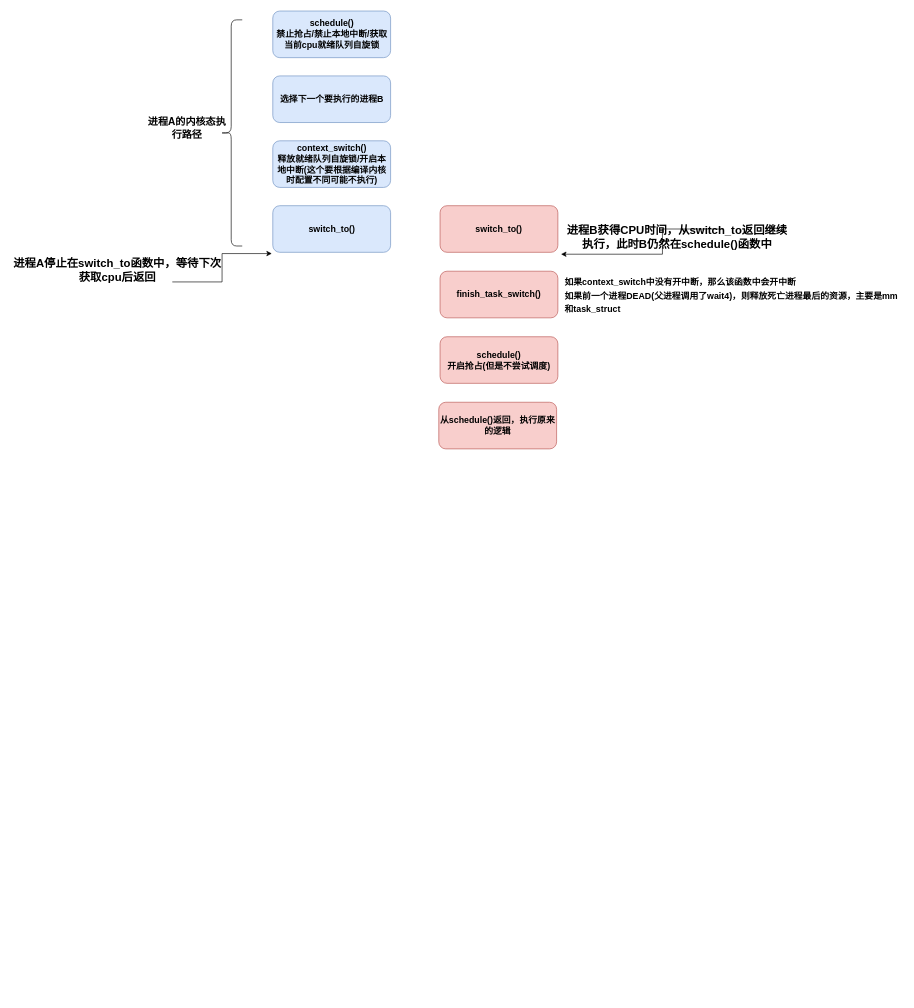
This is GolangBlog/Untitled Diagram.drawio from HoA-W/drawio, a draw.io file, before an edit. Source tidied: cells renumbered, new cells numbered last; positions are measured from the earlier drawing's top-left corner, leaving out a move shared by most shapes. Both pictures are drawn from the tidied source at 63%, with x=0, y=0 at pixel (11, 11).
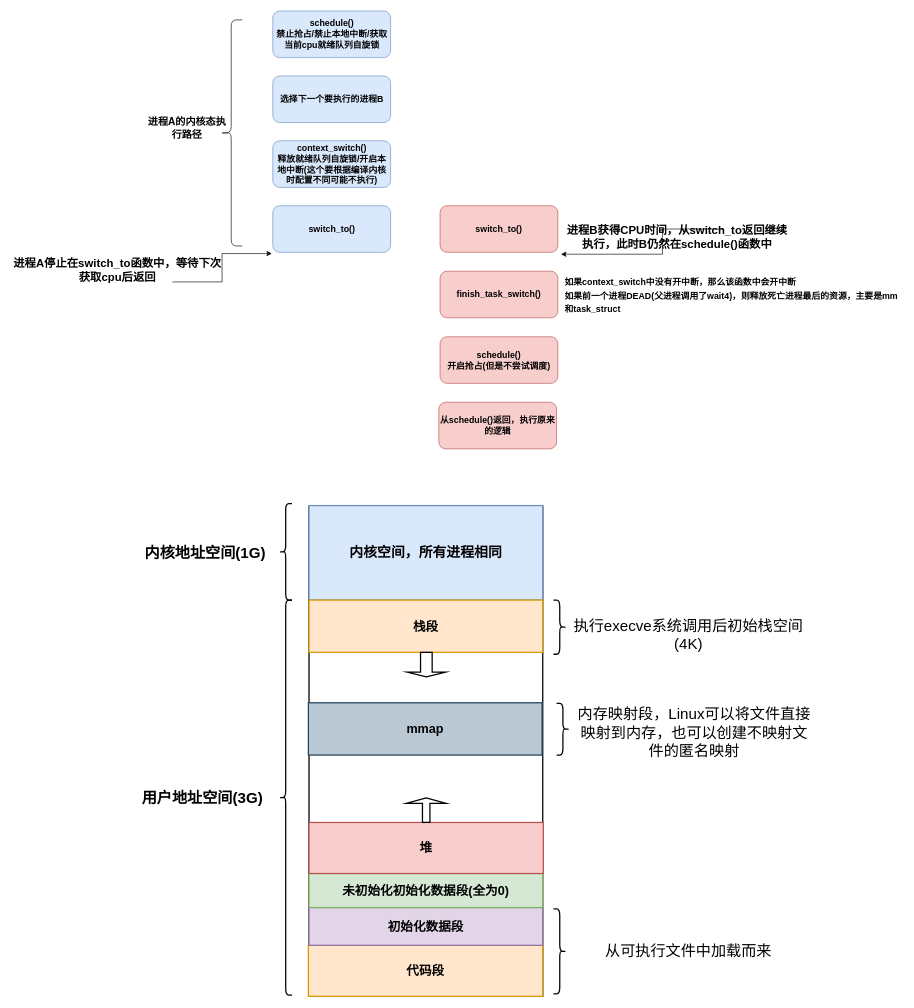
The same diagram, later.

Change to the diagram source:
```diff
@@
+    <mxCell id="17" style="rounded=0;whiteSpace=wrap;html=1;fontSize=18;strokeWidth=2;" parent="1" vertex="1">
+      <mxGeometry x="473" y="786" width="371" height="778" as="geometry" />
+    </mxCell>
+    <mxCell id="18" value="&lt;font size=&quot;1&quot;&gt;&lt;b style=&quot;font-size: 22px&quot;&gt;内核空间，所有进程相同&lt;/b&gt;&lt;/font&gt;" style="rounded=0;whiteSpace=wrap;html=1;fontSize=18;fillColor=#dae8fc;strokeColor=#6c8ebf;strokeWidth=2;" parent="1" vertex="1">
+      <mxGeometry x="473" y="785" width="371" height="150" as="geometry" />
+    </mxCell>
+    <mxCell id="19" value="&lt;b style=&quot;font-size: 24px&quot;&gt;内核地址空间(1G)&lt;/b&gt;" style="text;html=1;strokeColor=none;fillColor=none;align=center;verticalAlign=middle;whiteSpace=wrap;rounded=0;fontSize=22;" parent="1" vertex="1">
+      <mxGeometry x="188" y="845.2" width="241" height="29.5" as="geometry" />
+    </mxCell>
+    <mxCell id="20" value="&lt;b style=&quot;font-size: 24px&quot;&gt;用户地址空间(3G)&lt;/b&gt;" style="text;html=1;strokeColor=none;fillColor=none;align=center;verticalAlign=middle;whiteSpace=wrap;rounded=0;fontSize=22;" parent="1" vertex="1">
+      <mxGeometry x="195" y="1235" width="218" height="27" as="geometry" />
+    </mxCell>
+    <mxCell id="21" value="&lt;font style=&quot;font-size: 20px&quot;&gt;&lt;b&gt;栈段&lt;/b&gt;&lt;/font&gt;" style="rounded=0;whiteSpace=wrap;html=1;fontSize=18;fillColor=#ffe6cc;strokeColor=#d79b00;strokeWidth=2;" parent="1" vertex="1">
+      <mxGeometry x="473" y="935" width="371" height="83" as="geometry" />
+    </mxCell>
+    <mxCell id="22" style="shape=curlyBracket;whiteSpace=wrap;html=1;rounded=1;fontSize=24;strokeWidth=2;" parent="1" vertex="1">
+      <mxGeometry x="426" y="782" width="20" height="153" as="geometry" />
+    </mxCell>
+    <mxCell id="23" style="shape=curlyBracket;whiteSpace=wrap;html=1;rounded=1;fontSize=24;strokeWidth=2;" parent="1" vertex="1">
+      <mxGeometry x="426" y="935" width="20" height="627" as="geometry" />
+    </mxCell>
+    <mxCell id="24" style="shape=curlyBracket;whiteSpace=wrap;html=1;rounded=1;flipH=1;fontSize=24;strokeWidth=2;" parent="1" vertex="1">
+      <mxGeometry x="861" y="935" width="20" height="86" as="geometry" />
+    </mxCell>
+    <mxCell id="25" value="执行execve系统调用后初始栈空间(4K)" style="text;html=1;strokeColor=none;fillColor=none;align=center;verticalAlign=middle;whiteSpace=wrap;rounded=0;fontSize=24;" parent="1" vertex="1">
+      <mxGeometry x="887" y="947" width="377" height="86" as="geometry" />
+    </mxCell>
+    <mxCell id="26" value="&lt;font style=&quot;font-size: 20px&quot;&gt;&lt;b&gt;代码段&lt;/b&gt;&lt;/font&gt;" style="rounded=0;whiteSpace=wrap;html=1;fontSize=18;fillColor=#ffe6cc;strokeColor=#d79b00;strokeWidth=2;" parent="1" vertex="1">
+      <mxGeometry x="472" y="1483" width="372" height="81" as="geometry" />
+    </mxCell>
+    <mxCell id="27" value="&lt;font style=&quot;font-size: 20px&quot;&gt;&lt;b&gt;初始化数据段&lt;/b&gt;&lt;/font&gt;" style="rounded=0;whiteSpace=wrap;html=1;fontSize=18;fillColor=#e1d5e7;strokeColor=#9673a6;strokeWidth=2;" parent="1" vertex="1">
+      <mxGeometry x="473" y="1423" width="371" height="60" as="geometry" />
+    </mxCell>
+    <mxCell id="28" style="shape=curlyBracket;whiteSpace=wrap;html=1;rounded=1;flipH=1;fontSize=24;strokeWidth=2;" parent="1" vertex="1">
+      <mxGeometry x="861" y="1425" width="20" height="135" as="geometry" />
+    </mxCell>
+    <mxCell id="29" value="从可执行文件中加载而来" style="text;html=1;strokeColor=none;fillColor=none;align=center;verticalAlign=middle;whiteSpace=wrap;rounded=0;fontSize=24;" parent="1" vertex="1">
+      <mxGeometry x="887" y="1465.5" width="377" height="54" as="geometry" />
+    </mxCell>
+    <mxCell id="30" value="&lt;font style=&quot;font-size: 20px&quot;&gt;&lt;b&gt;未初始化初始化数据段(全为0)&lt;/b&gt;&lt;/font&gt;" style="rounded=0;whiteSpace=wrap;html=1;fontSize=18;fillColor=#d5e8d4;strokeColor=#82b366;strokeWidth=2;" parent="1" vertex="1">
+      <mxGeometry x="473" y="1369" width="371" height="54" as="geometry" />
+    </mxCell>
+    <mxCell id="31" value="&lt;font style=&quot;font-size: 20px&quot;&gt;&lt;b&gt;堆&lt;/b&gt;&lt;/font&gt;" style="rounded=0;whiteSpace=wrap;html=1;fontSize=18;fillColor=#f8cecc;strokeColor=#b85450;strokeWidth=2;" parent="1" vertex="1">
+      <mxGeometry x="473" y="1288" width="372" height="81" as="geometry" />
+    </mxCell>
+    <mxCell id="32" style="shape=singleArrow;direction=south;whiteSpace=wrap;html=1;fontSize=22;strokeWidth=2;" parent="1" vertex="1">
+      <mxGeometry x="628.5" y="1018" width="61.5" height="39" as="geometry" />
+    </mxCell>
+    <mxCell id="33" style="shape=singleArrow;direction=north;whiteSpace=wrap;html=1;fontSize=22;strokeWidth=2;arrowWidth=0.1882086167800495;arrowSize=0.22344322344322512;" parent="1" vertex="1">
+      <mxGeometry x="627.5" y="1249" width="63" height="39" as="geometry" />
+    </mxCell>
+    <mxCell id="34" value="&lt;font style=&quot;font-size: 20px&quot;&gt;&lt;b&gt;mmap&lt;/b&gt;&lt;/font&gt;" style="rounded=0;whiteSpace=wrap;html=1;fontSize=18;fillColor=#bac8d3;strokeColor=#23445d;strokeWidth=2;" parent="1" vertex="1">
+      <mxGeometry x="472" y="1098" width="371" height="83" as="geometry" />
+    </mxCell>
+    <mxCell id="35" style="shape=curlyBracket;whiteSpace=wrap;html=1;rounded=1;flipH=1;fontSize=24;strokeWidth=2;" parent="1" vertex="1">
+      <mxGeometry x="866" y="1099" width="20" height="82" as="geometry" />
+    </mxCell>
+    <mxCell id="36" value="内存映射段，Linux可以将文件直接映射到内存，也可以创建不映射文件的匿名映射" style="text;html=1;strokeColor=none;fillColor=none;align=center;verticalAlign=middle;whiteSpace=wrap;rounded=0;fontSize=24;" parent="1" vertex="1">
+      <mxGeometry x="896" y="1103" width="377" height="86" as="geometry" />
+    </mxCell>
```
